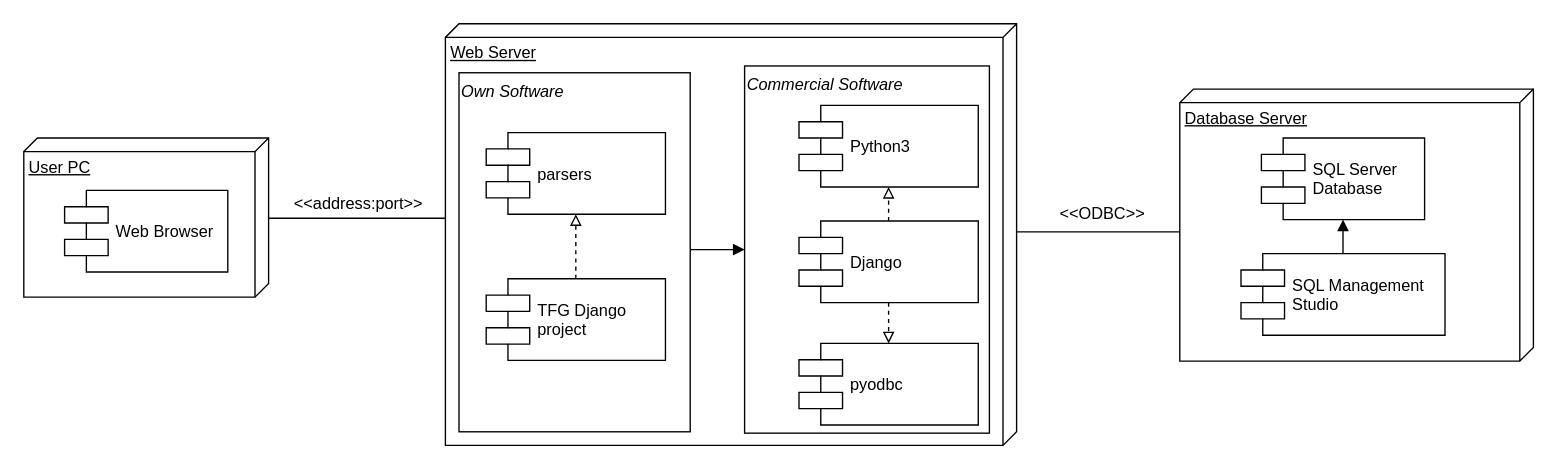
Above: documentation/models/kruchten_views/deployment_view.drawio in apm1005/TFG (draw.io), before the change. Source tidied: cells renumbered, new cells numbered last; positions are measured from the earlier drawing's top-left corner, leaving out a move shared by most shapes. Both pictures are drawn from the tidied source at 136%, with x=0, y=0 at pixel (23, 23).
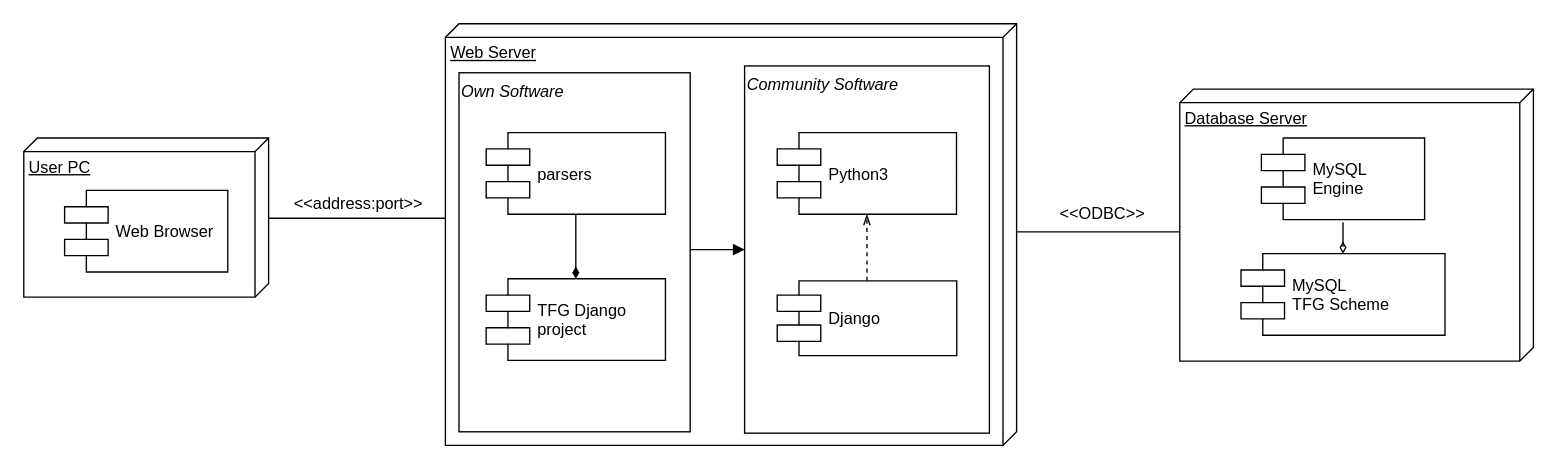
After the change.

Commit message (it also covers changes not shown here):
Changed DB Engine and minor adjustments #22

Unchanged cells that the change refers to:
```xml
<mxCell id="23" style="group;" parent="1" vertex="1">
  <mxGeometry x="325" y="80" width="131.8" height="167.5" as="geometry" />
</mxCell>
<mxCell id="24" value="TFG Django&#10;project" style="shape=component;align=left;spacingLeft=36;" parent="23" vertex="1">
  <mxGeometry x="15" y="107.5" width="131.8" height="60" as="geometry" />
</mxCell>
<mxCell id="25" value="parsers" style="shape=component;align=left;spacingLeft=36;" parent="23" vertex="1">
  <mxGeometry x="15" width="131.8" height="60" as="geometry" />
</mxCell>
```

Diff of the diagram source:
```diff
@@
-    <mxCell id="7" style="group;" parent="1" vertex="1">
-      <mxGeometry x="850" y="84" width="260" height="160" as="geometry" />
-    </mxCell>
-    <mxCell id="8" value="Database Server" style="verticalAlign=top;align=left;spacingTop=8;spacingLeft=2;spacingRight=12;shape=cube;size=10;direction=south;fontStyle=4;html=1;" parent="7" vertex="1">
-      <mxGeometry y="-36" width="260" height="200" as="geometry" />
-    </mxCell>
-    <mxCell id="9" value="SQL Server&#10;Database" style="shape=component;align=left;spacingLeft=36;" parent="7" vertex="1">
-      <mxGeometry x="60" width="120" height="60" as="geometry" />
-    </mxCell>
-    <mxCell id="10" style="edgeStyle=orthogonalEdgeStyle;rounded=0;jettySize=auto;html=1;exitX=0.5;exitY=0;exitDx=0;exitDy=0;endArrow=block;endFill=1;" parent="7" edge="1" source="11" target="9">
-      <mxGeometry relative="1" as="geometry" />
-    </mxCell>
-    <mxCell id="11" value="SQL Management&#10;Studio" style="shape=component;align=left;spacingLeft=36;" parent="7" vertex="1">
-      <mxGeometry x="45" y="85" width="150" height="60" as="geometry" />
-    </mxCell>
@@
-    <mxCell id="17" value="&lt;i&gt;Commercial Software&lt;/i&gt;" style="html=1;align=left;verticalAlign=top;" parent="1" vertex="1">
+    <mxCell id="17" value="&lt;i&gt;Community Software&lt;/i&gt;" style="html=1;align=left;verticalAlign=top;" parent="1" vertex="1">
       <mxGeometry x="530" y="31" width="180" height="270" as="geometry" />
     </mxCell>
-    <mxCell id="18" style="edgeStyle=orthogonalEdgeStyle;rounded=0;jettySize=auto;html=1;exitX=0.5;exitY=1;exitDx=0;exitDy=0;entryX=0.5;entryY=0;entryDx=0;entryDy=0;endArrow=block;endFill=0;dashed=1;" parent="1" edge="1" source="19" target="22">
-      <mxGeometry relative="1" as="geometry" />
-    </mxCell>
     <mxCell id="19" value="Django" style="shape=component;align=left;spacingLeft=36;" parent="1" vertex="1">
-      <mxGeometry x="570" y="145" width="131.8" height="60" as="geometry" />
+      <mxGeometry x="554" y="189" width="132" height="55" as="geometry" />
     </mxCell>
     <mxCell id="20" value="Python3" style="shape=component;align=left;spacingLeft=36;" parent="1" vertex="1">
-      <mxGeometry x="570" y="60" width="131.8" height="60" as="geometry" />
+      <mxGeometry x="554" y="80" width="131.8" height="60" as="geometry" />
     </mxCell>
-    <mxCell id="21" style="edgeStyle=orthogonalEdgeStyle;rounded=0;jettySize=auto;html=1;exitX=0.5;exitY=0;exitDx=0;exitDy=0;entryX=0.5;entryY=1;entryDx=0;entryDy=0;endArrow=block;endFill=0;dashed=1;startArrow=none;startFill=0;" parent="1" edge="1" source="19" target="20">
+    <mxCell id="21" style="edgeStyle=orthogonalEdgeStyle;rounded=0;jettySize=auto;html=1;exitX=0.5;exitY=0;exitDx=0;exitDy=0;entryX=0.5;entryY=1;entryDx=0;entryDy=0;endArrow=openThin;endFill=0;dashed=1;startArrow=none;startFill=0;" parent="1" edge="1" source="19" target="20">
       <mxGeometry relative="1" as="geometry" />
     </mxCell>
-    <mxCell id="22" value="pyodbc" style="shape=component;align=left;spacingLeft=36;" parent="1" vertex="1">
-      <mxGeometry x="570" y="235" width="131.8" height="60" as="geometry" />
-    </mxCell>
@@
-    <mxCell id="26" style="edgeStyle=orthogonalEdgeStyle;rounded=0;jettySize=auto;html=1;exitX=0.5;exitY=0;exitDx=0;exitDy=0;entryX=0.5;entryY=1;entryDx=0;entryDy=0;dashed=1;endArrow=block;endFill=0;" parent="23" edge="1" source="24" target="25">
+    <mxCell id="26" style="edgeStyle=orthogonalEdgeStyle;rounded=0;jettySize=auto;html=1;exitX=0.5;exitY=0;exitDx=0;exitDy=0;entryX=0.5;entryY=1;entryDx=0;entryDy=0;endArrow=none;endFill=0;startArrow=diamondThin;startFill=1;" parent="23" edge="1" source="24" target="25">
       <mxGeometry relative="1" as="geometry" />
     </mxCell>
+    <mxCell id="8" value="Database Server" style="verticalAlign=top;align=left;spacingTop=8;spacingLeft=2;spacingRight=12;shape=cube;size=10;direction=south;fontStyle=4;html=1;" parent="1" vertex="1">
+      <mxGeometry x="850" y="48" width="260" height="200" as="geometry" />
+    </mxCell>
+    <mxCell id="9" value="MySQL&#10;Engine" style="shape=component;align=left;spacingLeft=36;" parent="1" vertex="1">
+      <mxGeometry x="910" y="84" width="120" height="60" as="geometry" />
+    </mxCell>
+    <mxCell id="10" style="edgeStyle=orthogonalEdgeStyle;rounded=0;jettySize=auto;html=1;exitX=0.5;exitY=0;exitDx=0;exitDy=0;endArrow=none;endFill=0;dashed=1;startArrow=diamondThin;startFill=0;" parent="1" edge="1" source="11" target="9">
+      <mxGeometry relative="1" as="geometry" />
+    </mxCell>
+    <mxCell id="11" value="MySQL &#10;TFG Scheme" style="shape=component;align=left;spacingLeft=36;" parent="1" vertex="1">
+      <mxGeometry x="895" y="169" width="150" height="60" as="geometry" />
+    </mxCell>
```
